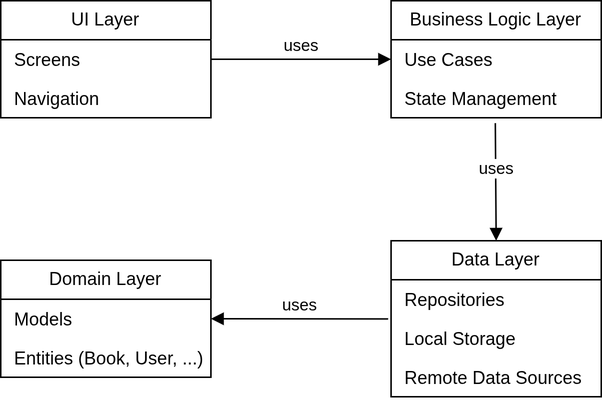
Earlier version of the draw.io export docs/diagrams/Logical-Architecture-UML.drawio.png (jlage24/Leafmark). Source tidied: cells renumbered, new cells last; positions are measured from the earlier drawing's top-left corner, leaving out a move shared by most shapes.
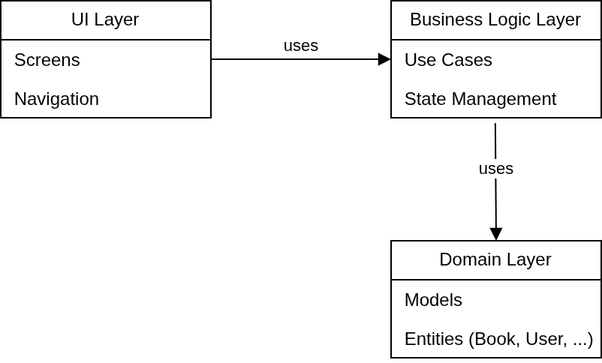
After the change.

Commit message:
deleted 1st Logical Architecture UML and added a new fixed one

The edit, as a diff of the source:
```diff
@@ -1,4 +1,4 @@
-<mxGraphModel>
+<mxGraphModel background="#ffffff">
   <root>
     <mxCell id="0" />
     <mxCell id="1" parent="0" />
@@ -20,20 +20,8 @@
     <mxCell id="7" value="&amp;nbsp;State Management" style="text;strokeColor=none;fillColor=none;align=left;verticalAlign=top;spacingLeft=4;spacingRight=4;overflow=hidden;points=[[0,0.5],[1,0.5]];portConstraint=eastwest;whiteSpace=wrap;html=1;" parent="5" vertex="1">
       <mxGeometry y="52" width="140" height="26" as="geometry" />
     </mxCell>
-    <mxCell id="8" value="Data Layer" style="swimlane;fontStyle=0;horizontal=1;startSize=26;fillColor=none;whiteSpace=wrap;html=1;" parent="1" vertex="1">
-      <mxGeometry x="260" y="160" width="140" height="104" as="geometry" />
-    </mxCell>
-    <mxCell id="9" value="&amp;nbsp;Repositories" style="text;strokeColor=none;fillColor=none;align=left;verticalAlign=top;spacingLeft=4;spacingRight=4;overflow=hidden;points=[[0,0.5],[1,0.5]];portConstraint=eastwest;whiteSpace=wrap;html=1;" parent="8" vertex="1">
-      <mxGeometry y="26" width="140" height="26" as="geometry" />
-    </mxCell>
-    <mxCell id="10" value="&amp;nbsp;Local Storage" style="text;strokeColor=none;fillColor=none;align=left;verticalAlign=top;spacingLeft=4;spacingRight=4;overflow=hidden;whiteSpace=wrap;html=1;" parent="8" vertex="1">
-      <mxGeometry y="52" width="140" height="26" as="geometry" />
-    </mxCell>
-    <mxCell id="11" value="&amp;nbsp;Remote Data Sources" style="text;strokeColor=none;fillColor=none;align=left;verticalAlign=top;spacingLeft=4;spacingRight=4;overflow=hidden;whiteSpace=wrap;html=1;" parent="8" vertex="1">
-      <mxGeometry y="78" width="140" height="26" as="geometry" />
-    </mxCell>
     <mxCell id="12" value="Domain Layer" style="swimlane;fontStyle=0;horizontal=1;startSize=26;fillColor=none;whiteSpace=wrap;html=1;" parent="1" vertex="1">
-      <mxGeometry y="173" width="140" height="78" as="geometry" />
+      <mxGeometry x="260" y="160" width="140" height="78" as="geometry" />
     </mxCell>
     <mxCell id="13" value="&amp;nbsp;Models" style="text;strokeColor=none;fillColor=none;align=left;verticalAlign=top;spacingLeft=4;spacingRight=4;overflow=hidden;points=[[0,0.5],[1,0.5]];portConstraint=eastwest;whiteSpace=wrap;html=1;" parent="12" vertex="1">
       <mxGeometry y="26" width="140" height="26" as="geometry" />
@@ -44,11 +32,10 @@
     <mxCell id="15" value="uses" style="html=1;verticalAlign=bottom;endArrow=block;curved=0;rounded=0;entryX=0;entryY=0.5;entryDx=0;entryDy=0;exitX=1;exitY=0.5;exitDx=0;exitDy=0;" parent="1" edge="1" source="3" target="6">
       <mxGeometry relative="1" as="geometry" />
     </mxCell>
-    <mxCell id="16" value="uses" style="html=1;verticalAlign=bottom;endArrow=block;curved=0;rounded=0;entryX=1;entryY=0.5;entryDx=0;entryDy=0;exitX=-0.014;exitY=1.005;exitDx=0;exitDy=0;exitPerimeter=0;" parent="1" edge="1" source="9" target="13">
-      <mxGeometry relative="1" as="geometry" />
-    </mxCell>
-    <mxCell id="17" value="uses" style="html=1;verticalAlign=bottom;endArrow=block;curved=0;rounded=0;entryX=0.5;entryY=0;entryDx=0;entryDy=0;exitX=0.496;exitY=1.138;exitDx=0;exitDy=0;exitPerimeter=0;" parent="1" edge="1" source="7" target="8">
-      <mxGeometry relative="1" as="geometry" />
+    <mxCell id="17" value="uses" style="html=1;verticalAlign=bottom;endArrow=block;curved=0;rounded=0;entryX=0.5;entryY=0;entryDx=0;entryDy=0;exitX=0.496;exitY=1.138;exitDx=0;exitDy=0;exitPerimeter=0;" parent="1" edge="1" source="7">
+      <mxGeometry relative="1" as="geometry">
+        <mxPoint x="330" y="160" as="targetPoint" />
+      </mxGeometry>
     </mxCell>
   </root>
 </mxGraphModel>
```
